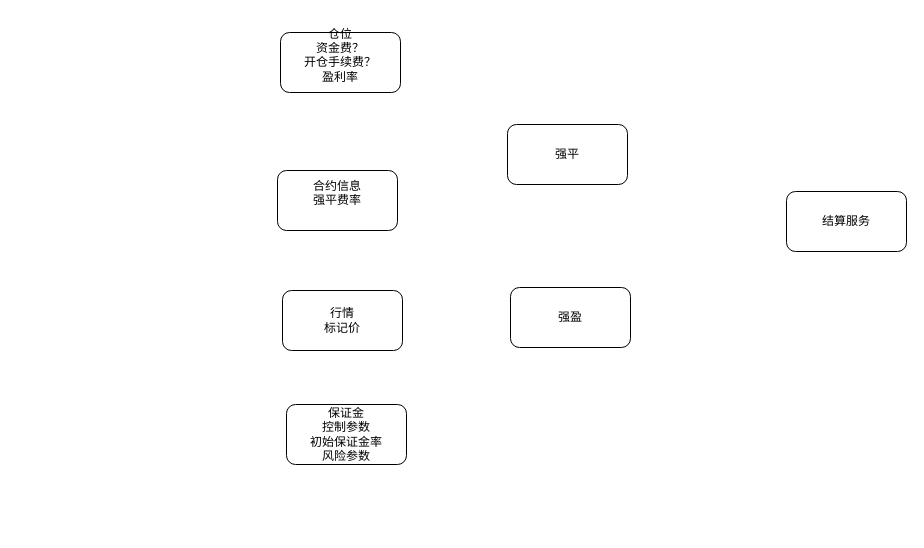
The draw.io diagram page "dex" (3 of 3) of 合约风险限量转U强平.drawio in xu-xiwei/drawio, before the edit. Source tidied: cells renumbered, new cells numbered last; positions are measured from the earlier drawing's top-left corner, leaving out a move shared by most shapes. Both pictures are drawn from the tidied source at 100%, with x=0, y=0 at pixel (277, 32).
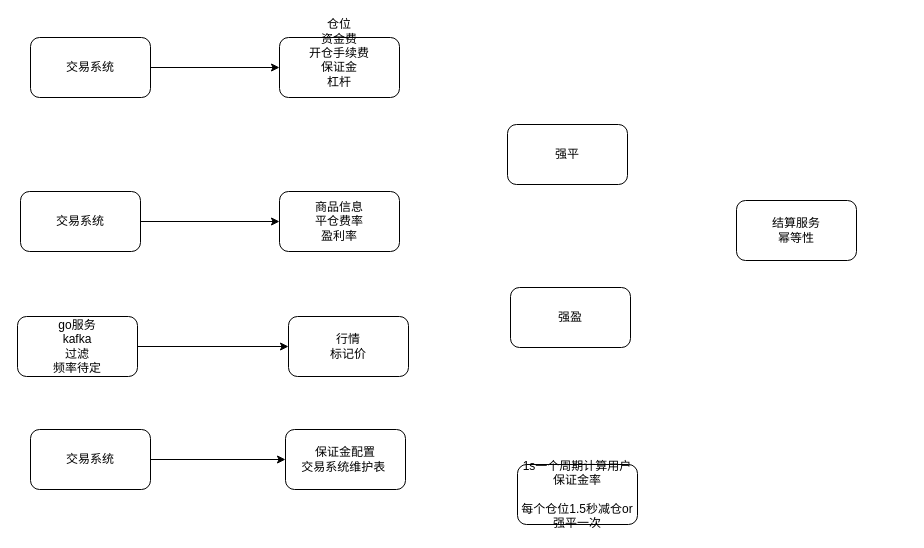
The same page after the edit.

Commit message:
更新合约风险限量转U强平.drawio

Change to the diagram source:
```diff
@@
 <mxGraphModel>
   <root>
     <mxCell id="0" />
     <mxCell id="1" parent="0" />
     <mxCell id="2" value="强平" style="rounded=1;whiteSpace=wrap;html=1;" parent="1" vertex="1">
       <mxGeometry x="230" y="92" width="120" height="60" as="geometry" />
     </mxCell>
-    <mxCell id="3" value="仓位&lt;div&gt;资金费？&lt;/div&gt;&lt;div&gt;开仓手续费？&lt;/div&gt;&lt;div&gt;盈利率&lt;/div&gt;&lt;div&gt;&lt;br&gt;&lt;/div&gt;" style="rounded=1;whiteSpace=wrap;html=1;" parent="1" vertex="1">
-      <mxGeometry x="3" width="120" height="60" as="geometry" />
+    <mxCell id="3" value="仓位&lt;div&gt;资金费&lt;/div&gt;&lt;div&gt;开仓手续费&lt;/div&gt;&lt;div&gt;保证金&lt;/div&gt;&lt;div&gt;杠杆&lt;/div&gt;&lt;div&gt;&lt;br&gt;&lt;/div&gt;&lt;div&gt;&lt;br&gt;&lt;/div&gt;" style="rounded=1;whiteSpace=wrap;html=1;" parent="1" vertex="1">
+      <mxGeometry x="2" y="5" width="120" height="60" as="geometry" />
     </mxCell>
-    <mxCell id="4" value="合约信息&lt;div&gt;强平费率&lt;/div&gt;&lt;div&gt;&lt;br&gt;&lt;/div&gt;" style="rounded=1;whiteSpace=wrap;html=1;" parent="1" vertex="1">
-      <mxGeometry y="138" width="120" height="60" as="geometry" />
+    <mxCell id="4" value="商品信息&lt;div&gt;平仓费率&lt;/div&gt;&lt;div&gt;盈利率&lt;/div&gt;" style="rounded=1;whiteSpace=wrap;html=1;" parent="1" vertex="1">
+      <mxGeometry x="2" y="159" width="120" height="60" as="geometry" />
     </mxCell>
     <mxCell id="5" value="行情&lt;div&gt;标记价&lt;/div&gt;" style="rounded=1;whiteSpace=wrap;html=1;" parent="1" vertex="1">
-      <mxGeometry x="5" y="258" width="120" height="60" as="geometry" />
+      <mxGeometry x="11" y="284" width="120" height="60" as="geometry" />
     </mxCell>
-    <mxCell id="6" value="保证金&lt;div&gt;控制参数&lt;/div&gt;&lt;div&gt;初始保证金率&lt;/div&gt;&lt;div&gt;风险参数&lt;/div&gt;" style="rounded=1;whiteSpace=wrap;html=1;" parent="1" vertex="1">
-      <mxGeometry x="9" y="372" width="120" height="60" as="geometry" />
+    <mxCell id="6" value="保证金配置&lt;div&gt;交易系统维护表&amp;nbsp;&lt;/div&gt;" style="rounded=1;whiteSpace=wrap;html=1;" parent="1" vertex="1">
+      <mxGeometry x="8" y="397" width="120" height="60" as="geometry" />
     </mxCell>
     <mxCell id="7" value="强盈" style="rounded=1;whiteSpace=wrap;html=1;" parent="1" vertex="1">
       <mxGeometry x="233" y="255" width="120" height="60" as="geometry" />
     </mxCell>
-    <mxCell id="8" value="结算服务" style="rounded=1;whiteSpace=wrap;html=1;" parent="1" vertex="1">
-      <mxGeometry x="509" y="159" width="120" height="60" as="geometry" />
+    <mxCell id="8" value="结算服务&lt;div&gt;幂等性&lt;/div&gt;" style="rounded=1;whiteSpace=wrap;html=1;" parent="1" vertex="1">
+      <mxGeometry x="459" y="168" width="120" height="60" as="geometry" />
     </mxCell>
+    <mxCell id="9" style="edgeStyle=orthogonalEdgeStyle;rounded=0;jettySize=auto;html=1;entryX=0;entryY=0.5;entryDx=0;entryDy=0;" parent="1" edge="1" source="10" target="5">
+      <mxGeometry relative="1" as="geometry" />
+    </mxCell>
+    <mxCell id="10" value="go服务&lt;div&gt;kafka&lt;/div&gt;&lt;div&gt;过滤&lt;/div&gt;&lt;div&gt;频率待定&lt;/div&gt;" style="rounded=1;whiteSpace=wrap;html=1;" parent="1" vertex="1">
+      <mxGeometry x="-260" y="284" width="120" height="60" as="geometry" />
+    </mxCell>
+    <mxCell id="11" style="edgeStyle=orthogonalEdgeStyle;rounded=0;jettySize=auto;html=1;entryX=0;entryY=0.5;entryDx=0;entryDy=0;" parent="1" edge="1" source="12" target="3">
+      <mxGeometry relative="1" as="geometry" />
+    </mxCell>
+    <mxCell id="12" value="交易系统" style="rounded=1;whiteSpace=wrap;html=1;" parent="1" vertex="1">
+      <mxGeometry x="-247" y="5" width="120" height="60" as="geometry" />
+    </mxCell>
+    <mxCell id="13" style="edgeStyle=orthogonalEdgeStyle;rounded=0;jettySize=auto;html=1;entryX=0;entryY=0.5;entryDx=0;entryDy=0;" parent="1" edge="1" source="14" target="4">
+      <mxGeometry relative="1" as="geometry" />
+    </mxCell>
+    <mxCell id="14" value="交易系统" style="rounded=1;whiteSpace=wrap;html=1;" parent="1" vertex="1">
+      <mxGeometry x="-257" y="159" width="120" height="60" as="geometry" />
+    </mxCell>
+    <mxCell id="15" style="edgeStyle=orthogonalEdgeStyle;rounded=0;jettySize=auto;html=1;" parent="1" edge="1" source="16" target="6">
+      <mxGeometry relative="1" as="geometry" />
+    </mxCell>
+    <mxCell id="16" value="交易系统" style="rounded=1;whiteSpace=wrap;html=1;" parent="1" vertex="1">
+      <mxGeometry x="-247" y="397" width="120" height="60" as="geometry" />
+    </mxCell>
+    <mxCell id="17" value="1s一个周期计算用户保证金率&lt;div&gt;&lt;br&gt;&lt;div&gt;每个仓位1.5秒减仓or强平一次&lt;/div&gt;&lt;/div&gt;" style="rounded=1;whiteSpace=wrap;html=1;" parent="1" vertex="1">
+      <mxGeometry x="240" y="432" width="120" height="60" as="geometry" />
+    </mxCell>
   </root>
 </mxGraphModel>
```
